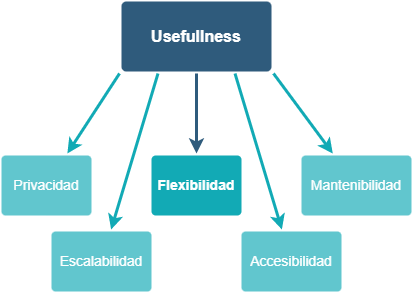
Above: docs/images/10-goalsTree.png in Arquisoft/lomap_es2c (draw.io), before the change. Source tidied: cells renumbered, new cells last; positions are measured from the earlier drawing's top-left corner, leaving out a move shared by most shapes.
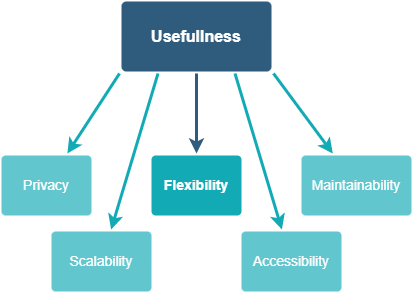
After the commit.

Diff of the diagram source:
```diff
@@ -8,28 +8,28 @@
     <mxCell id="3" value="Usefullness" style="rounded=1;whiteSpace=wrap;html=1;shadow=0;labelBackgroundColor=none;strokeColor=none;strokeWidth=3;fillColor=#2F5B7C;fontFamily=Helvetica;fontSize=16;fontColor=#FFFFFF;align=center;fontStyle=1;spacing=5;arcSize=7;perimeterSpacing=2;" parent="1" vertex="1">
       <mxGeometry x="120" width="150" height="70" as="geometry" />
     </mxCell>
-    <mxCell id="4" value="Flexibilidad" style="rounded=1;whiteSpace=wrap;html=1;shadow=0;labelBackgroundColor=none;strokeColor=none;strokeWidth=3;fillColor=#12aab5;fontFamily=Helvetica;fontSize=14;fontColor=#FFFFFF;align=center;spacing=5;fontStyle=1;arcSize=7;perimeterSpacing=2;" parent="1" vertex="1">
+    <mxCell id="4" value="Flexibility" style="rounded=1;whiteSpace=wrap;html=1;shadow=0;labelBackgroundColor=none;strokeColor=none;strokeWidth=3;fillColor=#12aab5;fontFamily=Helvetica;fontSize=14;fontColor=#FFFFFF;align=center;spacing=5;fontStyle=1;arcSize=7;perimeterSpacing=2;" parent="1" vertex="1">
       <mxGeometry x="150" y="154" width="90" height="60" as="geometry" />
     </mxCell>
-    <mxCell id="5" value="Escalabilidad" style="rounded=1;whiteSpace=wrap;html=1;shadow=0;labelBackgroundColor=none;strokeColor=none;strokeWidth=3;fillColor=#61c6ce;fontFamily=Helvetica;fontSize=14;fontColor=#FFFFFF;align=center;spacing=5;fontStyle=0;arcSize=7;perimeterSpacing=2;" parent="1" vertex="1">
+    <mxCell id="5" value="Scalability" style="rounded=1;whiteSpace=wrap;html=1;shadow=0;labelBackgroundColor=none;strokeColor=none;strokeWidth=3;fillColor=#61c6ce;fontFamily=Helvetica;fontSize=14;fontColor=#FFFFFF;align=center;spacing=5;fontStyle=0;arcSize=7;perimeterSpacing=2;" parent="1" vertex="1">
       <mxGeometry x="50" y="230" width="100" height="60" as="geometry" />
     </mxCell>
     <mxCell id="6" style="edgeStyle=none;rounded=1;jumpStyle=none;html=1;shadow=0;labelBackgroundColor=none;startArrow=none;startFill=0;jettySize=auto;strokeColor=#12AAB5;strokeWidth=3;fontFamily=Helvetica;fontSize=14;fontColor=#FFFFFF;spacing=5;fontStyle=1;fillColor=#b0e3e6;exitX=0.25;exitY=1;exitDx=0;exitDy=0;" parent="1" edge="1" source="3" target="5">
       <mxGeometry relative="1" as="geometry" />
     </mxCell>
-    <mxCell id="7" value="Accesibilidad" style="rounded=1;whiteSpace=wrap;html=1;shadow=0;labelBackgroundColor=none;strokeColor=none;strokeWidth=3;fillColor=#61c6ce;fontFamily=Helvetica;fontSize=14;fontColor=#FFFFFF;align=center;spacing=5;fontStyle=0;arcSize=7;perimeterSpacing=2;" parent="1" vertex="1">
+    <mxCell id="7" value="Accessibility" style="rounded=1;whiteSpace=wrap;html=1;shadow=0;labelBackgroundColor=none;strokeColor=none;strokeWidth=3;fillColor=#61c6ce;fontFamily=Helvetica;fontSize=14;fontColor=#FFFFFF;align=center;spacing=5;fontStyle=0;arcSize=7;perimeterSpacing=2;" parent="1" vertex="1">
       <mxGeometry x="240" y="230" width="100" height="60" as="geometry" />
     </mxCell>
     <mxCell id="8" style="edgeStyle=none;rounded=1;jumpStyle=none;html=1;shadow=0;labelBackgroundColor=none;startArrow=none;startFill=0;jettySize=auto;strokeColor=#12AAB5;strokeWidth=3;fontFamily=Helvetica;fontSize=14;fontColor=#FFFFFF;spacing=5;fontStyle=1;fillColor=#b0e3e6;exitX=0.75;exitY=1;exitDx=0;exitDy=0;" parent="1" edge="1" source="3" target="7">
       <mxGeometry relative="1" as="geometry" />
     </mxCell>
-    <mxCell id="9" value="Mantenibilidad" style="rounded=1;whiteSpace=wrap;html=1;shadow=0;labelBackgroundColor=none;strokeColor=none;strokeWidth=3;fillColor=#61c6ce;fontFamily=Helvetica;fontSize=14;fontColor=#FFFFFF;align=center;spacing=5;fontStyle=0;arcSize=7;perimeterSpacing=2;" parent="1" vertex="1">
+    <mxCell id="9" value="Maintainability" style="rounded=1;whiteSpace=wrap;html=1;shadow=0;labelBackgroundColor=none;strokeColor=none;strokeWidth=3;fillColor=#61c6ce;fontFamily=Helvetica;fontSize=14;fontColor=#FFFFFF;align=center;spacing=5;fontStyle=0;arcSize=7;perimeterSpacing=2;" parent="1" vertex="1">
       <mxGeometry x="300" y="154" width="110" height="60" as="geometry" />
     </mxCell>
     <mxCell id="10" style="edgeStyle=none;rounded=1;jumpStyle=none;html=1;shadow=0;labelBackgroundColor=none;startArrow=none;startFill=0;jettySize=auto;strokeColor=#12AAB5;strokeWidth=3;fontFamily=Helvetica;fontSize=14;fontColor=#FFFFFF;spacing=5;fontStyle=1;fillColor=#b0e3e6;exitX=1;exitY=1;exitDx=0;exitDy=0;" parent="1" edge="1" source="3" target="9">
       <mxGeometry relative="1" as="geometry" />
     </mxCell>
-    <mxCell id="11" value="Privacidad" style="rounded=1;whiteSpace=wrap;html=1;shadow=0;labelBackgroundColor=none;strokeColor=none;strokeWidth=3;fillColor=#61c6ce;fontFamily=Helvetica;fontSize=14;fontColor=#FFFFFF;align=center;spacing=5;fontStyle=0;arcSize=7;perimeterSpacing=2;" parent="1" vertex="1">
+    <mxCell id="11" value="Privacy" style="rounded=1;whiteSpace=wrap;html=1;shadow=0;labelBackgroundColor=none;strokeColor=none;strokeWidth=3;fillColor=#61c6ce;fontFamily=Helvetica;fontSize=14;fontColor=#FFFFFF;align=center;spacing=5;fontStyle=0;arcSize=7;perimeterSpacing=2;" parent="1" vertex="1">
       <mxGeometry y="154" width="90" height="60" as="geometry" />
     </mxCell>
     <mxCell id="12" style="edgeStyle=none;rounded=1;jumpStyle=none;html=1;shadow=0;labelBackgroundColor=none;startArrow=none;startFill=0;jettySize=auto;strokeColor=#12AAB5;strokeWidth=3;fontFamily=Helvetica;fontSize=14;fontColor=#FFFFFF;spacing=5;fontStyle=1;fillColor=#b0e3e6;exitX=0;exitY=1;exitDx=0;exitDy=0;" parent="1" edge="1" source="3" target="11">
```
